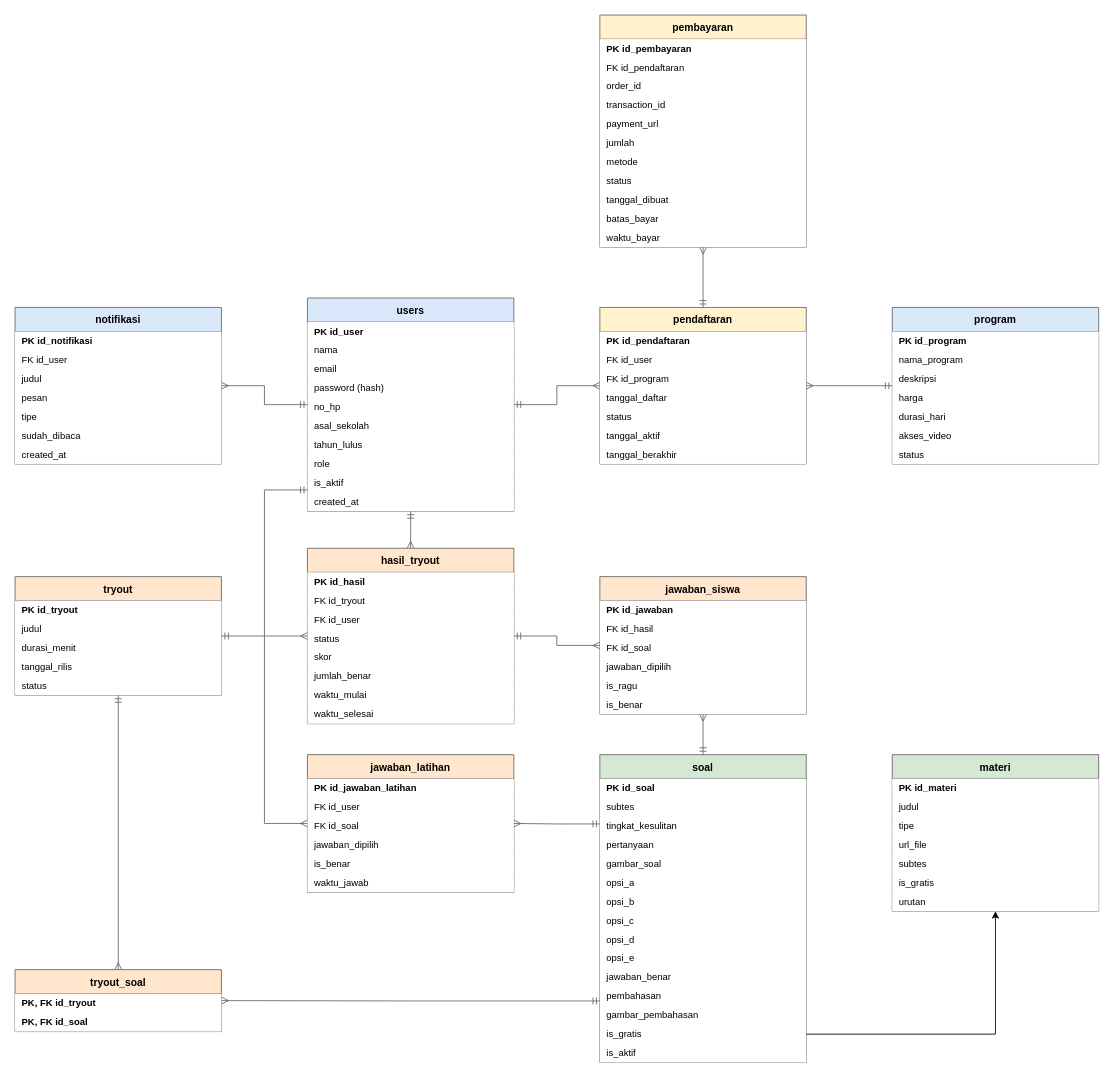
Before: ERD/ERD-Cendekia-Muda-revisi.drawio in bregashadrian/Cendekia-Muda, a draw.io diagram. Source tidied: cells renumbered, new cells numbered last; positions are measured from the earlier drawing's top-left corner, leaving out a move shared by most shapes. Both pictures are drawn from the tidied source at 86%, with x=0, y=0 at pixel (15, 15).
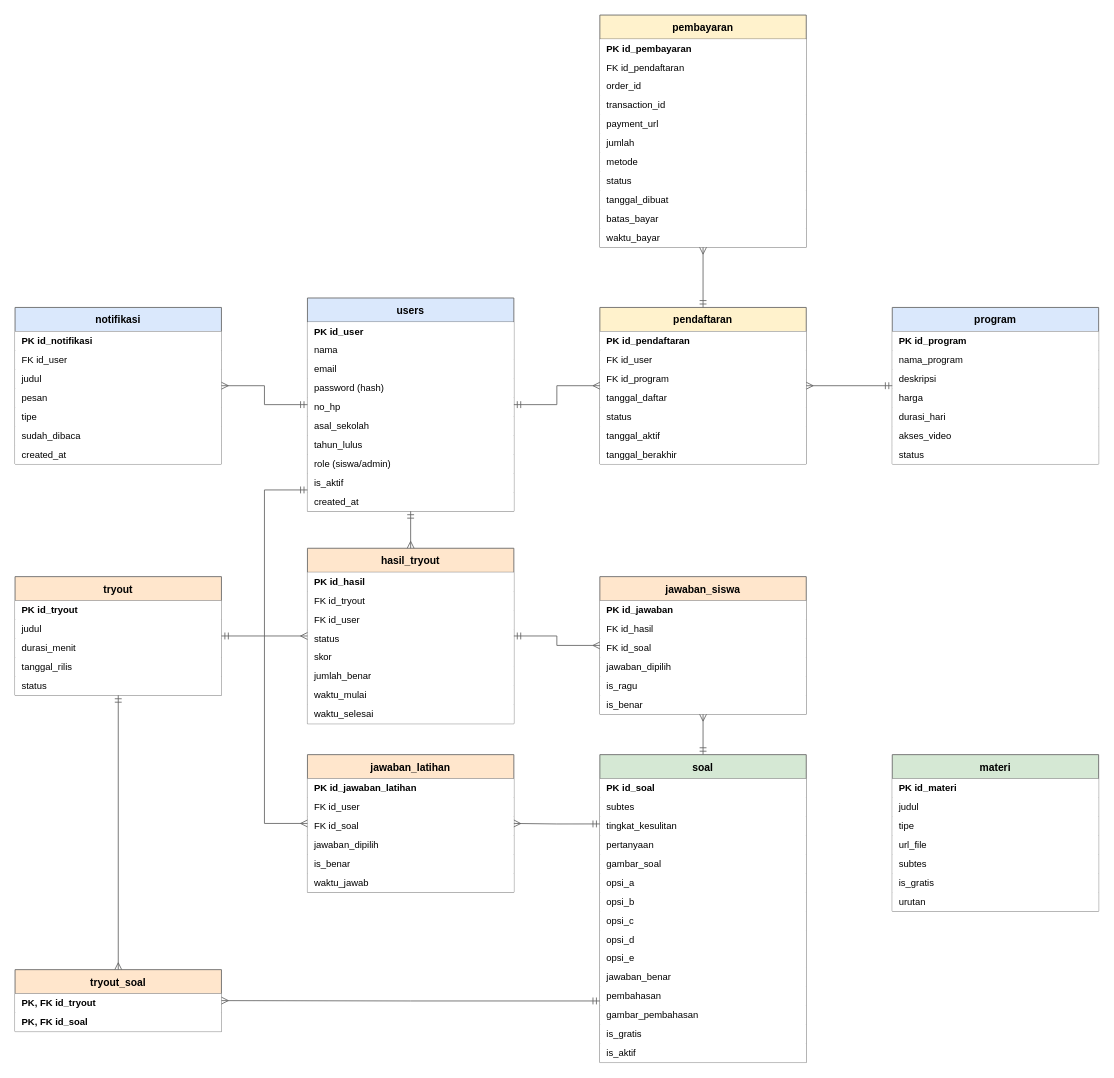
After the change.

Unchanged cells that the change refers to:
```xml
<mxCell id="2" value="users" style="swimlane;fontStyle=1;horizontal=1;startSize=28;fillColor=#dae8fc;strokeColor=#666666;fontSize=12;" parent="1" vertex="1">
  <mxGeometry x="340" y="329" width="240" height="248" as="geometry" />
</mxCell>
<mxCell id="49" value="materi" style="swimlane;fontStyle=1;horizontal=1;startSize=28;fillColor=#d5e8d4;strokeColor=#666666;fontSize=12;" parent="1" vertex="1">
  <mxGeometry x="1020" y="860" width="240" height="182" as="geometry" />
</mxCell>
<mxCell id="71" value="      is_gratis" style="text;strokeColor=none;fillColor=#ffffff;align=left;verticalAlign=middle;spacingLeft=6;fontSize=11;whiteSpace=wrap;html=1;" parent="57" vertex="1">
  <mxGeometry y="314" width="240" height="22" as="geometry" />
</mxCell>
```

The edit, as a diff of the source:
```diff
@@
-    <mxCell id="10" value="      role" style="text;strokeColor=none;fillColor=#ffffff;align=left;verticalAlign=middle;spacingLeft=6;fontSize=11;whiteSpace=wrap;html=1;" parent="2" vertex="1">
+    <mxCell id="10" value="      role (siswa/admin)" style="text;strokeColor=none;fillColor=#ffffff;align=left;verticalAlign=middle;spacingLeft=6;fontSize=11;whiteSpace=wrap;html=1;" parent="2" vertex="1">
       <mxGeometry y="182" width="240" height="22" as="geometry" />
     </mxCell>
@@
-    <mxCell id="117" style="edgeStyle=orthogonalEdgeStyle;rounded=0;jettySize=auto;html=1;defaultLabelBackgroundColor=page;" parent="1" edge="1" source="71" target="49">
-      <mxGeometry relative="1" as="geometry" />
-    </mxCell>
```
